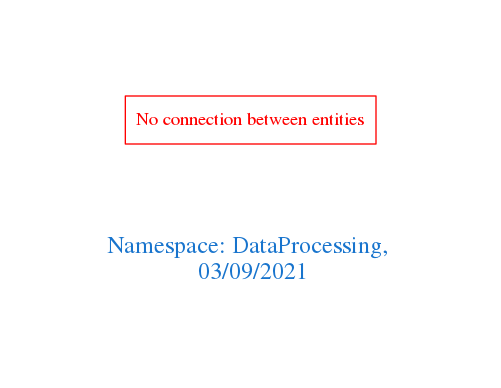
arago/OGIT keeps this Graphviz diagram as downloads/DataProcessing.png. Above is the earlier version. Its source is kept beside it as downloads/DataProcessing.dot.
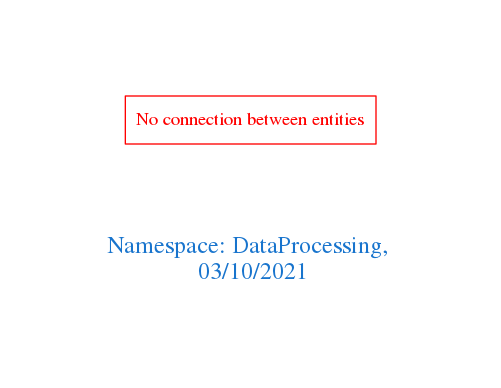
Above is the later version.

The edit, as a diff of the source:
```diff
@@ -1,7 +1,7 @@
 digraph OGIT_ontology {
  graph [ rankdir= LR,pad=1
 fontsize = 18,
-fontcolor= dodgerblue3,label = "\n\n\nNamespace: DataProcessing, \n 03/09/2021"];
+fontcolor= dodgerblue3,label = "\n\n\nNamespace: DataProcessing, \n 03/10/2021"];
 node[shape=polygon];
 edge [  color="gray81"];
 
```
